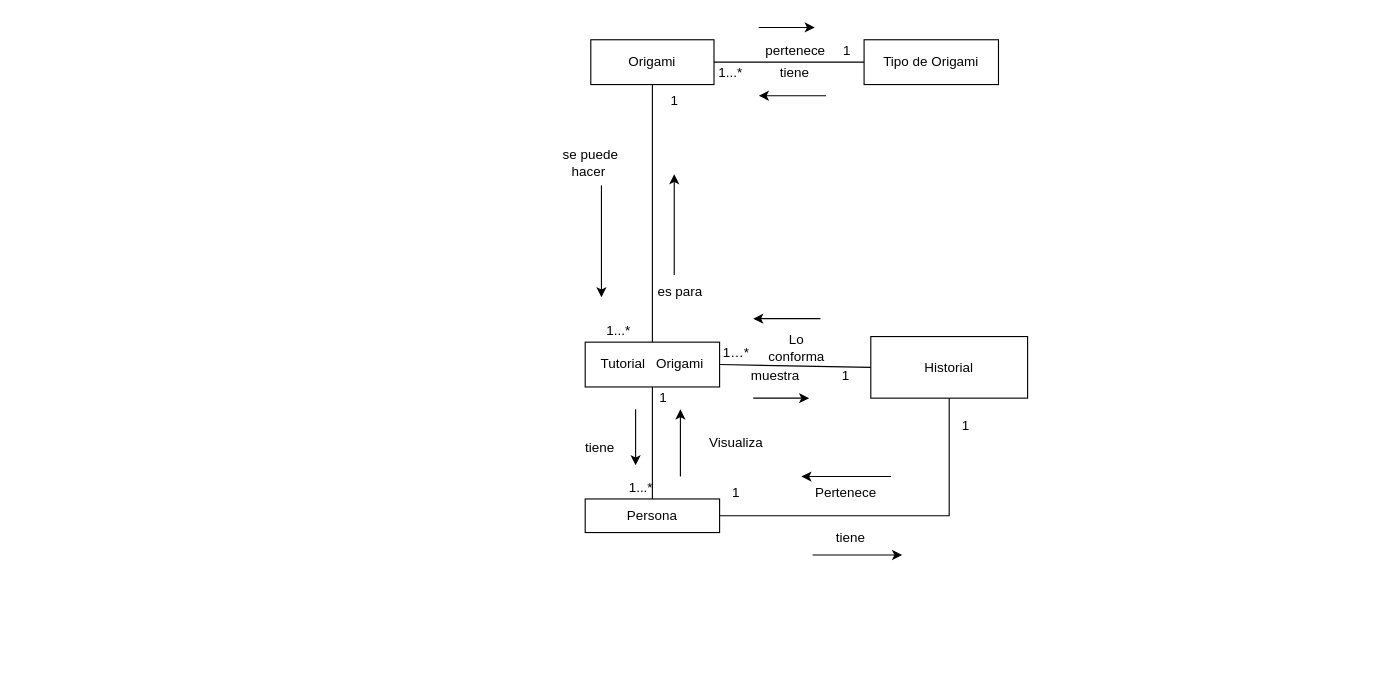
Before: ModeloDeDominio3D.drawio in andrescastillo1996/documentacionMundoOrigami, a draw.io diagram. Source tidied: cells renumbered, new cells numbered last; positions are measured from the earlier drawing's top-left corner, leaving out a move shared by most shapes. Both pictures are drawn from the tidied source at 112%, with x=0, y=0 at pixel (557, 27).
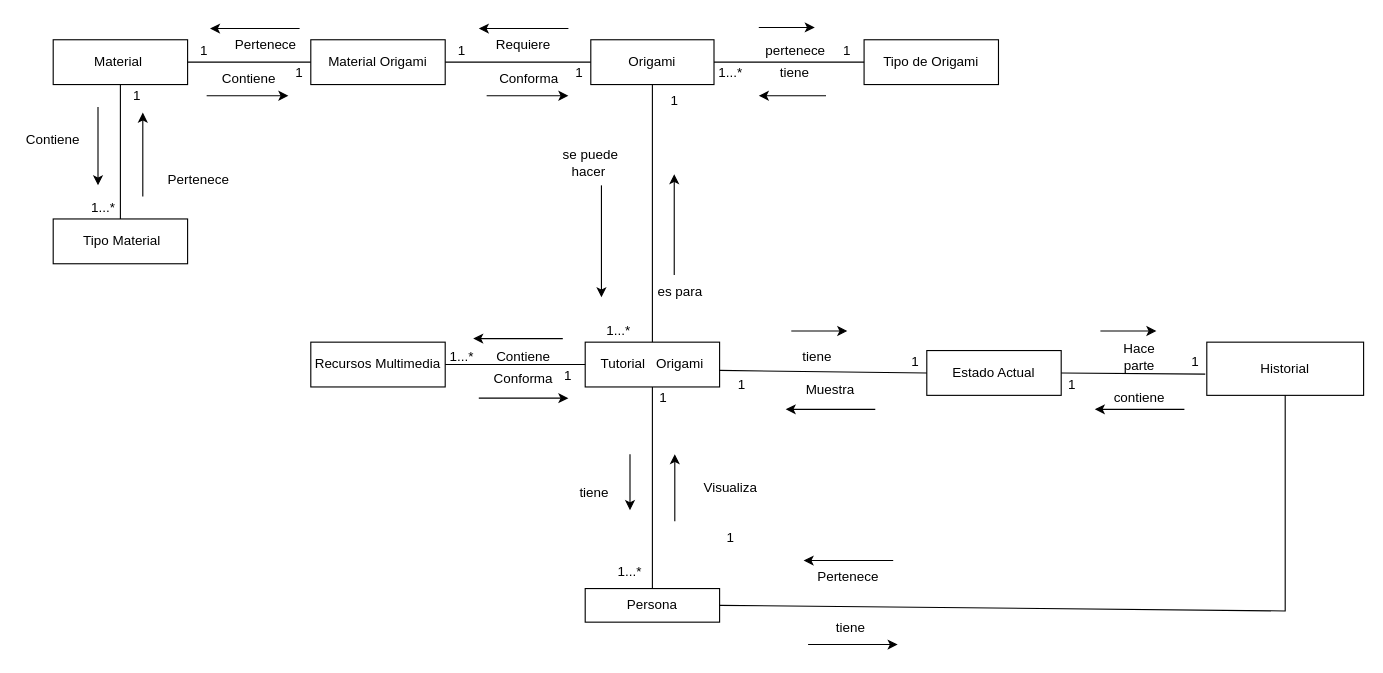
The same page after the edit.

The change refers to these unchanged cells:
```xml
<mxCell id="3" value="Origami" style="rounded=0;whiteSpace=wrap;html=1;" parent="1" vertex="1">
  <mxGeometry x="30" y="11" width="110" height="40" as="geometry" />
</mxCell>
<mxCell id="8" value="Tutorial&amp;nbsp; &amp;nbsp;Origami" style="rounded=0;whiteSpace=wrap;html=1;" parent="1" vertex="1">
  <mxGeometry x="25" y="281" width="120" height="40" as="geometry" />
</mxCell>
<mxCell id="33" value="1" style="text;html=1;strokeColor=none;fillColor=none;align=center;verticalAlign=middle;whiteSpace=wrap;rounded=0;" parent="1" vertex="1">
  <mxGeometry x="80" y="321" width="30" height="20" as="geometry" />
</mxCell>
```

Change to the diagram source:
```diff
@@
     <mxCell id="4" value="Historial" style="rounded=0;whiteSpace=wrap;html=1;" parent="1" vertex="1">
-      <mxGeometry x="280" y="276" width="140" height="55" as="geometry" />
+      <mxGeometry x="580" y="281" width="140" height="47.5" as="geometry" />
     </mxCell>
@@
     <mxCell id="6" value="Persona" style="rounded=0;whiteSpace=wrap;html=1;" parent="1" vertex="1">
-      <mxGeometry x="25" y="421" width="120" height="30" as="geometry" />
+      <mxGeometry x="25" y="501" width="120" height="30" as="geometry" />
     </mxCell>
@@
-    <mxCell id="9" style="endArrow=none;html=1;rounded=0;entryX=0;entryY=0.5;entryDx=0;entryDy=0;exitX=1;exitY=0.5;exitDx=0;exitDy=0;" parent="1" edge="1" source="8" target="4">
-      <mxGeometry relative="1" as="geometry" />
-    </mxCell>
@@
-    <mxCell id="14" style="endArrow=classic;html=1;rounded=0;" parent="1" edge="1">
-      <mxGeometry relative="1" as="geometry">
-        <mxPoint x="175" y="331" as="sourcePoint" />
-        <mxPoint x="225" y="331" as="targetPoint" />
-      </mxGeometry>
-    </mxCell>
-    <mxCell id="15" style="endArrow=classic;html=1;rounded=0;entryX=1;entryY=1;entryDx=0;entryDy=0;" parent="1" edge="1" target="33">
+    <mxCell id="15" style="endArrow=classic;html=1;rounded=0;entryX=1;entryY=1;entryDx=0;entryDy=0;" parent="1" edge="1">
       <mxGeometry relative="1" as="geometry">
-        <mxPoint x="110" y="401" as="sourcePoint" />
+        <mxPoint x="105" y="441" as="sourcePoint" />
+        <mxPoint x="105" y="381" as="targetPoint" />
       </mxGeometry>
     </mxCell>
@@
-    <mxCell id="25" style="endArrow=classic;html=1;rounded=0;" parent="1" edge="1">
-      <mxGeometry relative="1" as="geometry">
-        <mxPoint x="235" y="260" as="sourcePoint" />
-        <mxPoint x="175" y="260" as="targetPoint" />
-      </mxGeometry>
-    </mxCell>
-    <mxCell id="26" value="Lo conforma" style="text;html=1;strokeColor=none;fillColor=none;align=center;verticalAlign=middle;whiteSpace=wrap;rounded=0;" parent="1" vertex="1">
-      <mxGeometry x="184" y="271" width="60" height="30" as="geometry" />
-    </mxCell>
-    <mxCell id="27" value="1…*" style="text;html=1;strokeColor=none;fillColor=none;align=center;verticalAlign=middle;whiteSpace=wrap;rounded=0;" parent="1" vertex="1">
-      <mxGeometry x="145" y="281" width="30" height="20" as="geometry" />
+    <mxCell id="27" value="1" style="text;html=1;strokeColor=none;fillColor=none;align=center;verticalAlign=middle;whiteSpace=wrap;rounded=0;" parent="1" vertex="1">
+      <mxGeometry x="150" y="308.5" width="30" height="20" as="geometry" />
     </mxCell>
-    <mxCell id="28" value="1" style="text;html=1;strokeColor=none;fillColor=none;align=center;verticalAlign=middle;whiteSpace=wrap;rounded=0;" parent="1" vertex="1">
-      <mxGeometry x="243" y="301" width="30" height="20" as="geometry" />
-    </mxCell>
-    <mxCell id="29" value="muestra" style="text;html=1;strokeColor=none;fillColor=none;align=center;verticalAlign=middle;whiteSpace=wrap;rounded=0;" parent="1" vertex="1">
-      <mxGeometry x="165" y="301" width="60" height="20" as="geometry" />
-    </mxCell>
     <mxCell id="30" value="1...*" style="text;html=1;strokeColor=none;fillColor=none;align=center;verticalAlign=middle;whiteSpace=wrap;rounded=0;" parent="1" vertex="1">
-      <mxGeometry x="60" y="401" width="30" height="20" as="geometry" />
+      <mxGeometry x="50" y="476" width="30" height="20" as="geometry" />
     </mxCell>
     <mxCell id="31" value="tiene&amp;nbsp;" style="text;html=1;strokeColor=none;fillColor=none;align=center;verticalAlign=middle;whiteSpace=wrap;rounded=0;" parent="1" vertex="1">
-      <mxGeometry x="10" y="361" width="60" height="30" as="geometry" />
+      <mxGeometry x="5" y="401" width="60" height="30" as="geometry" />
     </mxCell>
     <mxCell id="32" style="endArrow=classic;html=1;rounded=0;entryX=1;entryY=1;entryDx=0;entryDy=0;" parent="1" edge="1" target="31">
       <mxGeometry relative="1" as="geometry">
-        <mxPoint x="70" y="341" as="sourcePoint" />
+        <mxPoint x="65" y="381" as="sourcePoint" />
       </mxGeometry>
     </mxCell>
@@
     <mxCell id="34" value="Visualiza" style="text;html=1;strokeColor=none;fillColor=none;align=center;verticalAlign=middle;whiteSpace=wrap;rounded=0;" parent="1" vertex="1">
-      <mxGeometry x="130" y="361" width="60" height="20" as="geometry" />
+      <mxGeometry x="125" y="401" width="60" height="20" as="geometry" />
     </mxCell>
     <mxCell id="35" style="endArrow=none;html=1;rounded=0;exitX=1;exitY=0.5;exitDx=0;exitDy=0;entryX=0.5;entryY=1;entryDx=0;entryDy=0;" parent="1" edge="1" source="6" target="4">
       <mxGeometry relative="1" as="geometry">
         <Array as="points">
-          <mxPoint x="350" y="436" />
+          <mxPoint x="650" y="521" />
         </Array>
       </mxGeometry>
     </mxCell>
     <mxCell id="36" style="endArrow=classic;html=1;rounded=0;" parent="1" edge="1">
       <mxGeometry relative="1" as="geometry">
-        <mxPoint x="228" y="471" as="sourcePoint" />
-        <mxPoint x="308" y="471" as="targetPoint" />
+        <mxPoint x="224" y="551" as="sourcePoint" />
+        <mxPoint x="304" y="551" as="targetPoint" />
       </mxGeometry>
     </mxCell>
     <mxCell id="37" style="endArrow=classic;html=1;rounded=0;" parent="1" edge="1">
       <mxGeometry relative="1" as="geometry">
-        <mxPoint x="298" y="401" as="sourcePoint" />
-        <mxPoint x="218" y="401" as="targetPoint" />
+        <mxPoint x="300" y="476" as="sourcePoint" />
+        <mxPoint x="220" y="476" as="targetPoint" />
       </mxGeometry>
     </mxCell>
     <mxCell id="38" value="Pertenece" style="text;html=1;strokeColor=none;fillColor=none;align=center;verticalAlign=middle;whiteSpace=wrap;rounded=0;" parent="1" vertex="1">
-      <mxGeometry x="228" y="401" width="60" height="30" as="geometry" />
+      <mxGeometry x="230" y="476" width="60" height="30" as="geometry" />
     </mxCell>
     <mxCell id="39" value="tiene&amp;nbsp;" style="text;html=1;strokeColor=none;fillColor=none;align=center;verticalAlign=middle;whiteSpace=wrap;rounded=0;" parent="1" vertex="1">
-      <mxGeometry x="234" y="441" width="60" height="30" as="geometry" />
+      <mxGeometry x="234" y="521" width="60" height="30" as="geometry" />
     </mxCell>
     <mxCell id="40" value="1" style="text;html=1;strokeColor=none;fillColor=none;align=center;verticalAlign=middle;whiteSpace=wrap;rounded=0;" parent="1" vertex="1">
-      <mxGeometry x="150" y="406" width="20" height="20" as="geometry" />
+      <mxGeometry x="145" y="446" width="20" height="20" as="geometry" />
     </mxCell>
-    <mxCell id="41" value="1" style="text;html=1;strokeColor=none;fillColor=none;align=center;verticalAlign=middle;whiteSpace=wrap;rounded=0;" parent="1" vertex="1">
-      <mxGeometry x="360" y="351" width="10" height="10" as="geometry" />
-    </mxCell>
+    <mxCell id="42" value="Estado Actual" style="rounded=0;whiteSpace=wrap;html=1;" parent="1" vertex="1">
+      <mxGeometry x="330" y="288.5" width="120" height="40" as="geometry" />
+    </mxCell>
+    <mxCell id="43" style="endArrow=classic;html=1;rounded=0;" parent="1" edge="1">
+      <mxGeometry relative="1" as="geometry">
+        <mxPoint x="209" y="271" as="sourcePoint" />
+        <mxPoint x="259" y="271" as="targetPoint" />
+      </mxGeometry>
+    </mxCell>
+    <mxCell id="44" style="endArrow=none;html=1;rounded=0;entryX=0;entryY=0.5;entryDx=0;entryDy=0;exitX=0.996;exitY=0.631;exitDx=0;exitDy=0;exitPerimeter=0;" parent="1" edge="1" source="8" target="42">
+      <mxGeometry relative="1" as="geometry" />
+    </mxCell>
+    <mxCell id="45" style="endArrow=none;html=1;rounded=0;entryX=-0.01;entryY=0.6;entryDx=0;entryDy=0;entryPerimeter=0;exitX=1;exitY=0.5;exitDx=0;exitDy=0;" parent="1" edge="1" source="42" target="4">
+      <mxGeometry relative="1" as="geometry" />
+    </mxCell>
+    <mxCell id="46" value="tiene&amp;nbsp;" style="text;html=1;strokeColor=none;fillColor=none;align=center;verticalAlign=middle;whiteSpace=wrap;rounded=0;" parent="1" vertex="1">
+      <mxGeometry x="204" y="278.5" width="60" height="30" as="geometry" />
+    </mxCell>
+    <mxCell id="47" value="1" style="text;html=1;strokeColor=none;fillColor=none;align=center;verticalAlign=middle;whiteSpace=wrap;rounded=0;" parent="1" vertex="1">
+      <mxGeometry x="310" y="288.5" width="20" height="20" as="geometry" />
+    </mxCell>
+    <mxCell id="48" style="endArrow=classic;html=1;rounded=0;" parent="1" edge="1">
+      <mxGeometry relative="1" as="geometry">
+        <mxPoint x="284" y="341" as="sourcePoint" />
+        <mxPoint x="204" y="341" as="targetPoint" />
+      </mxGeometry>
+    </mxCell>
+    <mxCell id="49" style="endArrow=classic;html=1;rounded=0;" parent="1" edge="1">
+      <mxGeometry relative="1" as="geometry">
+        <mxPoint x="485" y="271" as="sourcePoint" />
+        <mxPoint x="535" y="271" as="targetPoint" />
+      </mxGeometry>
+    </mxCell>
+    <mxCell id="50" value="Hace parte" style="text;html=1;strokeColor=none;fillColor=none;align=center;verticalAlign=middle;whiteSpace=wrap;rounded=0;" parent="1" vertex="1">
+      <mxGeometry x="490" y="278.5" width="60" height="30" as="geometry" />
+    </mxCell>
+    <mxCell id="51" value="1" style="text;html=1;strokeColor=none;fillColor=none;align=center;verticalAlign=middle;whiteSpace=wrap;rounded=0;" parent="1" vertex="1">
+      <mxGeometry x="560" y="288.5" width="20" height="20" as="geometry" />
+    </mxCell>
+    <mxCell id="52" style="endArrow=classic;html=1;rounded=0;" parent="1" edge="1">
+      <mxGeometry relative="1" as="geometry">
+        <mxPoint x="560" y="341" as="sourcePoint" />
+        <mxPoint x="480" y="341" as="targetPoint" />
+      </mxGeometry>
+    </mxCell>
+    <mxCell id="53" value="contiene" style="text;html=1;strokeColor=none;fillColor=none;align=center;verticalAlign=middle;whiteSpace=wrap;rounded=0;" parent="1" vertex="1">
+      <mxGeometry x="490" y="316" width="60" height="30" as="geometry" />
+    </mxCell>
+    <mxCell id="54" value="1" style="text;html=1;strokeColor=none;fillColor=none;align=center;verticalAlign=middle;whiteSpace=wrap;rounded=0;" parent="1" vertex="1">
+      <mxGeometry x="450" y="308.5" width="20" height="20" as="geometry" />
+    </mxCell>
+    <mxCell id="55" value="Muestra" style="text;html=1;strokeColor=none;fillColor=none;align=center;verticalAlign=middle;whiteSpace=wrap;rounded=0;" parent="1" vertex="1">
+      <mxGeometry x="214" y="308.5" width="60" height="30" as="geometry" />
+    </mxCell>
+    <mxCell id="56" value="Recursos Multimedia" style="rounded=0;whiteSpace=wrap;html=1;" parent="1" vertex="1">
+      <mxGeometry x="-220" y="281" width="120" height="40" as="geometry" />
+    </mxCell>
+    <mxCell id="57" value="Material Origami" style="rounded=0;whiteSpace=wrap;html=1;" parent="1" vertex="1">
+      <mxGeometry x="-220" y="11" width="120" height="40" as="geometry" />
+    </mxCell>
+    <mxCell id="58" value="Material&amp;nbsp;" style="rounded=0;whiteSpace=wrap;html=1;" parent="1" vertex="1">
+      <mxGeometry x="-450" y="11" width="120" height="40" as="geometry" />
+    </mxCell>
+    <mxCell id="59" value="&amp;nbsp;Tipo Material" style="rounded=0;whiteSpace=wrap;html=1;" parent="1" vertex="1">
+      <mxGeometry x="-450" y="171" width="120" height="40" as="geometry" />
+    </mxCell>
+    <mxCell id="60" style="endArrow=none;html=1;rounded=0;exitX=1;exitY=0.5;exitDx=0;exitDy=0;entryX=0;entryY=0.5;entryDx=0;entryDy=0;" parent="1" edge="1" source="57" target="3">
+      <mxGeometry relative="1" as="geometry" />
+    </mxCell>
+    <mxCell id="61" style="endArrow=classic;html=1;rounded=0;" parent="1" edge="1">
+      <mxGeometry relative="1" as="geometry">
+        <mxPoint x="10" y="1" as="sourcePoint" />
+        <mxPoint x="-70" y="1" as="targetPoint" />
+      </mxGeometry>
+    </mxCell>
+    <mxCell id="62" value="Requiere" style="text;html=1;strokeColor=none;fillColor=none;align=center;verticalAlign=middle;whiteSpace=wrap;rounded=0;" parent="1" vertex="1">
+      <mxGeometry x="-60" y="1" width="60" height="30" as="geometry" />
+    </mxCell>
+    <mxCell id="63" value="1" style="text;html=1;strokeColor=none;fillColor=none;align=center;verticalAlign=middle;whiteSpace=wrap;rounded=0;" parent="1" vertex="1">
+      <mxGeometry x="-100" y="11" width="30" height="20" as="geometry" />
+    </mxCell>
+    <mxCell id="64" style="endArrow=none;html=1;rounded=0;exitX=1;exitY=0.5;exitDx=0;exitDy=0;entryX=0;entryY=0.5;entryDx=0;entryDy=0;" parent="1" edge="1" source="58" target="57">
+      <mxGeometry relative="1" as="geometry" />
+    </mxCell>
+    <mxCell id="65" style="endArrow=classic;html=1;rounded=0;" parent="1" edge="1">
+      <mxGeometry relative="1" as="geometry">
+        <mxPoint x="-63" y="61" as="sourcePoint" />
+        <mxPoint x="10" y="61" as="targetPoint" />
+      </mxGeometry>
+    </mxCell>
+    <mxCell id="66" value="Conforma" style="text;html=1;strokeColor=none;fillColor=none;align=center;verticalAlign=middle;whiteSpace=wrap;rounded=0;" parent="1" vertex="1">
+      <mxGeometry x="-55" y="36" width="60" height="20" as="geometry" />
+    </mxCell>
+    <mxCell id="67" value="1" style="text;html=1;strokeColor=none;fillColor=none;align=center;verticalAlign=middle;whiteSpace=wrap;rounded=0;" parent="1" vertex="1">
+      <mxGeometry x="5" y="31" width="30" height="20" as="geometry" />
+    </mxCell>
+    <mxCell id="68" style="endArrow=classic;html=1;rounded=0;" parent="1" edge="1">
+      <mxGeometry relative="1" as="geometry">
+        <mxPoint x="-230" y="1" as="sourcePoint" />
+        <mxPoint x="-310" y="1" as="targetPoint" />
+      </mxGeometry>
+    </mxCell>
+    <mxCell id="69" value="Pertenece" style="text;html=1;strokeColor=none;fillColor=none;align=center;verticalAlign=middle;whiteSpace=wrap;rounded=0;" parent="1" vertex="1">
+      <mxGeometry x="-290" y="1" width="60" height="30" as="geometry" />
+    </mxCell>
+    <mxCell id="70" value="1" style="text;html=1;strokeColor=none;fillColor=none;align=center;verticalAlign=middle;whiteSpace=wrap;rounded=0;" parent="1" vertex="1">
+      <mxGeometry x="-330" y="11" width="30" height="20" as="geometry" />
+    </mxCell>
+    <mxCell id="71" style="endArrow=classic;html=1;rounded=0;" parent="1" edge="1">
+      <mxGeometry relative="1" as="geometry">
+        <mxPoint x="-313" y="61" as="sourcePoint" />
+        <mxPoint x="-240" y="61" as="targetPoint" />
+      </mxGeometry>
+    </mxCell>
+    <mxCell id="72" value="Contiene" style="text;html=1;strokeColor=none;fillColor=none;align=center;verticalAlign=middle;whiteSpace=wrap;rounded=0;" parent="1" vertex="1">
+      <mxGeometry x="-305" y="36" width="60" height="20" as="geometry" />
+    </mxCell>
+    <mxCell id="73" value="1" style="text;html=1;strokeColor=none;fillColor=none;align=center;verticalAlign=middle;whiteSpace=wrap;rounded=0;" parent="1" vertex="1">
+      <mxGeometry x="-245" y="31" width="30" height="20" as="geometry" />
+    </mxCell>
+    <mxCell id="74" style="endArrow=none;html=1;rounded=0;entryX=0.5;entryY=1;entryDx=0;entryDy=0;exitX=0.5;exitY=0;exitDx=0;exitDy=0;" parent="1" edge="1" source="59" target="58">
+      <mxGeometry relative="1" as="geometry" />
+    </mxCell>
+    <mxCell id="75" value="Contiene" style="text;html=1;strokeColor=none;fillColor=none;align=center;verticalAlign=middle;whiteSpace=wrap;rounded=0;" parent="1" vertex="1">
+      <mxGeometry x="-480" y="91" width="60" height="20" as="geometry" />
+    </mxCell>
+    <mxCell id="76" style="endArrow=classic;html=1;rounded=0;" parent="1" edge="1">
+      <mxGeometry relative="1" as="geometry">
+        <mxPoint x="-410" y="71" as="sourcePoint" />
+        <mxPoint x="-410" y="141" as="targetPoint" />
+      </mxGeometry>
+    </mxCell>
+    <mxCell id="77" value="1...*" style="text;html=1;strokeColor=none;fillColor=none;align=center;verticalAlign=middle;whiteSpace=wrap;rounded=0;" parent="1" vertex="1">
+      <mxGeometry x="-420" y="151" width="30" height="20" as="geometry" />
+    </mxCell>
+    <mxCell id="78" value="Pertenece" style="text;html=1;strokeColor=none;fillColor=none;align=center;verticalAlign=middle;whiteSpace=wrap;rounded=0;" parent="1" vertex="1">
+      <mxGeometry x="-350" y="121" width="60" height="30" as="geometry" />
+    </mxCell>
+    <mxCell id="79" style="endArrow=classic;html=1;rounded=0;" parent="1" edge="1">
+      <mxGeometry relative="1" as="geometry">
+        <mxPoint x="-370" y="151" as="sourcePoint" />
+        <mxPoint x="-370" y="76" as="targetPoint" />
+      </mxGeometry>
+    </mxCell>
+    <mxCell id="80" value="1" style="text;html=1;strokeColor=none;fillColor=none;align=center;verticalAlign=middle;whiteSpace=wrap;rounded=0;" parent="1" vertex="1">
+      <mxGeometry x="-390" y="51" width="30" height="20" as="geometry" />
+    </mxCell>
+    <mxCell id="81" style="endArrow=none;html=1;rounded=0;entryX=0;entryY=0.5;entryDx=0;entryDy=0;exitX=1;exitY=0.5;exitDx=0;exitDy=0;" parent="1" edge="1" source="56" target="8">
+      <mxGeometry relative="1" as="geometry" />
+    </mxCell>
+    <mxCell id="82" value="Contiene" style="text;html=1;strokeColor=none;fillColor=none;align=center;verticalAlign=middle;whiteSpace=wrap;rounded=0;" parent="1" vertex="1">
+      <mxGeometry x="-60" y="283.5" width="60" height="20" as="geometry" />
+    </mxCell>
+    <mxCell id="83" style="endArrow=classic;html=1;rounded=0;" parent="1" edge="1">
+      <mxGeometry relative="1" as="geometry">
+        <mxPoint x="5" y="277.8" as="sourcePoint" />
+        <mxPoint x="-75" y="277.8" as="targetPoint" />
+      </mxGeometry>
+    </mxCell>
+    <mxCell id="84" value="1...*" style="text;html=1;strokeColor=none;fillColor=none;align=center;verticalAlign=middle;whiteSpace=wrap;rounded=0;" parent="1" vertex="1">
+      <mxGeometry x="-100" y="283.5" width="30" height="20" as="geometry" />
+    </mxCell>
+    <mxCell id="85" style="endArrow=classic;html=1;rounded=0;" parent="1" edge="1">
+      <mxGeometry relative="1" as="geometry">
+        <mxPoint x="-70" y="331" as="sourcePoint" />
+        <mxPoint x="10" y="331" as="targetPoint" />
+      </mxGeometry>
+    </mxCell>
+    <mxCell id="86" value="1" style="text;html=1;strokeColor=none;fillColor=none;align=center;verticalAlign=middle;whiteSpace=wrap;rounded=0;" parent="1" vertex="1">
+      <mxGeometry x="-5" y="301" width="30" height="20" as="geometry" />
+    </mxCell>
+    <mxCell id="87" value="Conforma" style="text;html=1;strokeColor=none;fillColor=none;align=center;verticalAlign=middle;whiteSpace=wrap;rounded=0;" parent="1" vertex="1">
+      <mxGeometry x="-60" y="303.5" width="60" height="20" as="geometry" />
+    </mxCell>
```
